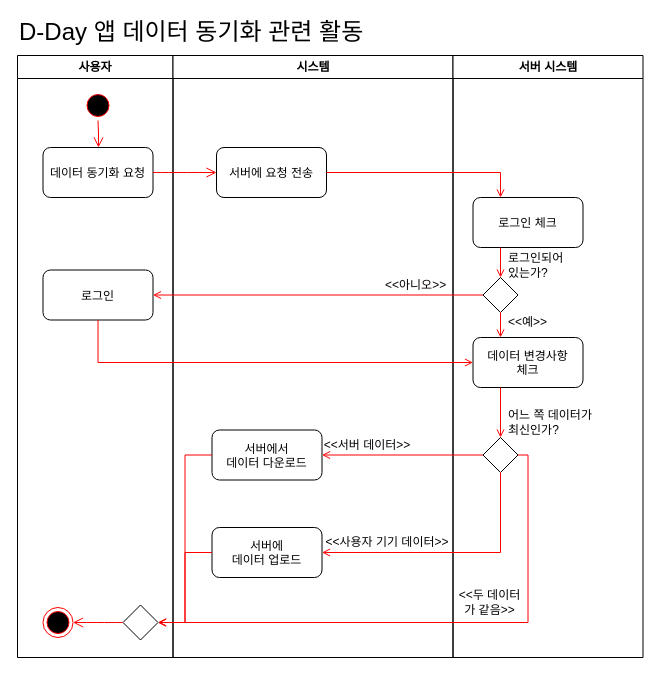
The draw.io diagram activity diagram - datasync.drawio in baechuTree/softwareEngineering, before the edit. Source tidied: cells renumbered, new cells numbered last; positions are measured from the earlier drawing's top-left corner, leaving out a move shared by most shapes. Both pictures are drawn from the tidied source at 100%, with x=0, y=0 at pixel (17, 17).
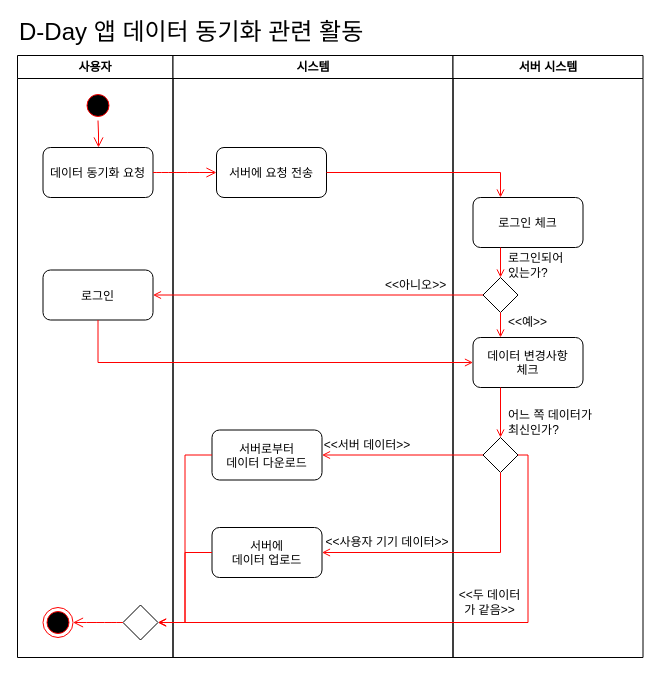
The same diagram, later.

Unchanged cells that the change refers to:
```xml
<mxCell id="11" value="서버 시스템" style="swimlane;whiteSpace=wrap;startSize=23;" parent="1" vertex="1">
  <mxGeometry x="435.5" y="38" width="190" height="602" as="geometry" />
</mxCell>
```

The edit, as a diff of the source:
```diff
@@
-    <mxCell id="19" value="서버에서&#10;데이터 다운로드" style="rounded=1;" parent="11" vertex="1">
+    <mxCell id="19" value="서버로부터&#10;데이터 다운로드" style="rounded=1;" parent="11" vertex="1">
       <mxGeometry x="-241" y="374.5" width="110" height="50" as="geometry" />
     </mxCell>
```
